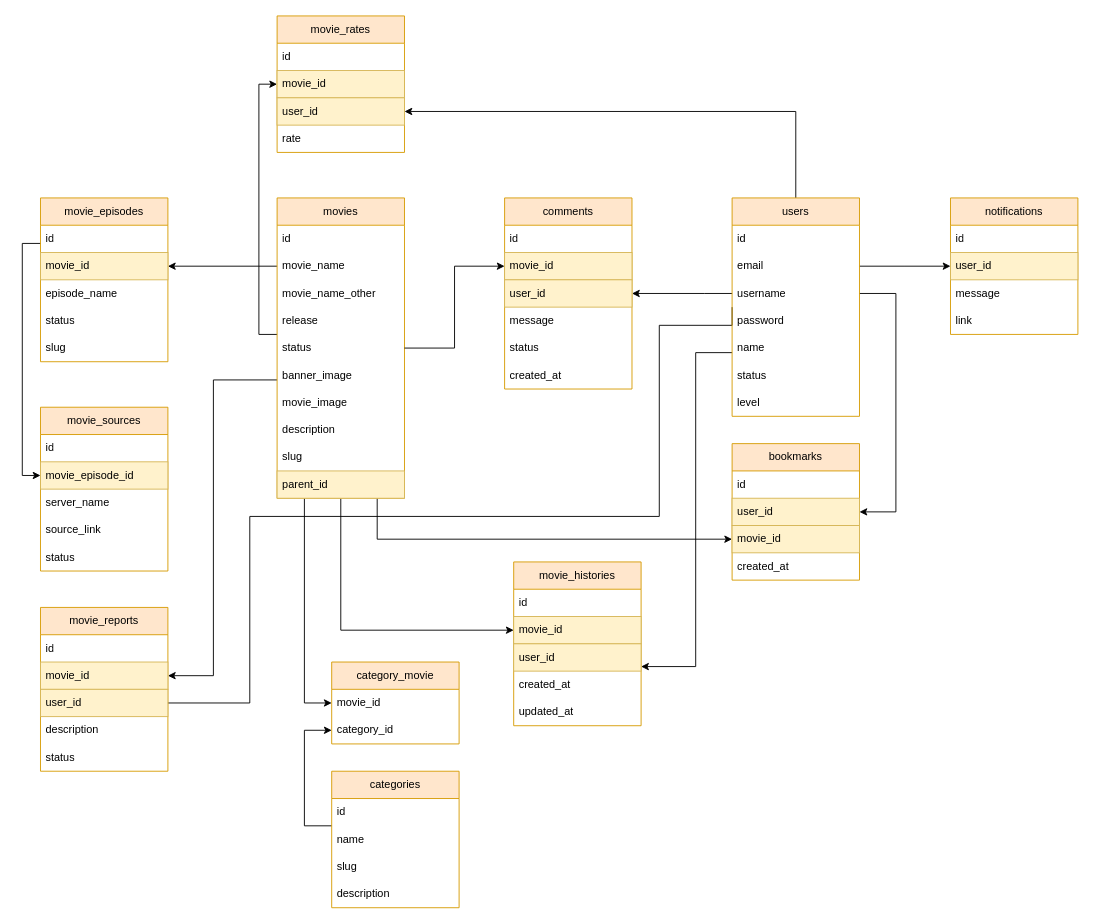
chinhps/movie-project keeps this draw.io diagram as movies_erd.drawio. Above is the earlier version. Source tidied: cells renumbered, new cells numbered last; positions are measured from the earlier drawing's top-left corner, leaving out a move shared by most shapes. Both pictures are drawn from the tidied source at 91%, with x=0, y=0 at pixel (22, 15).
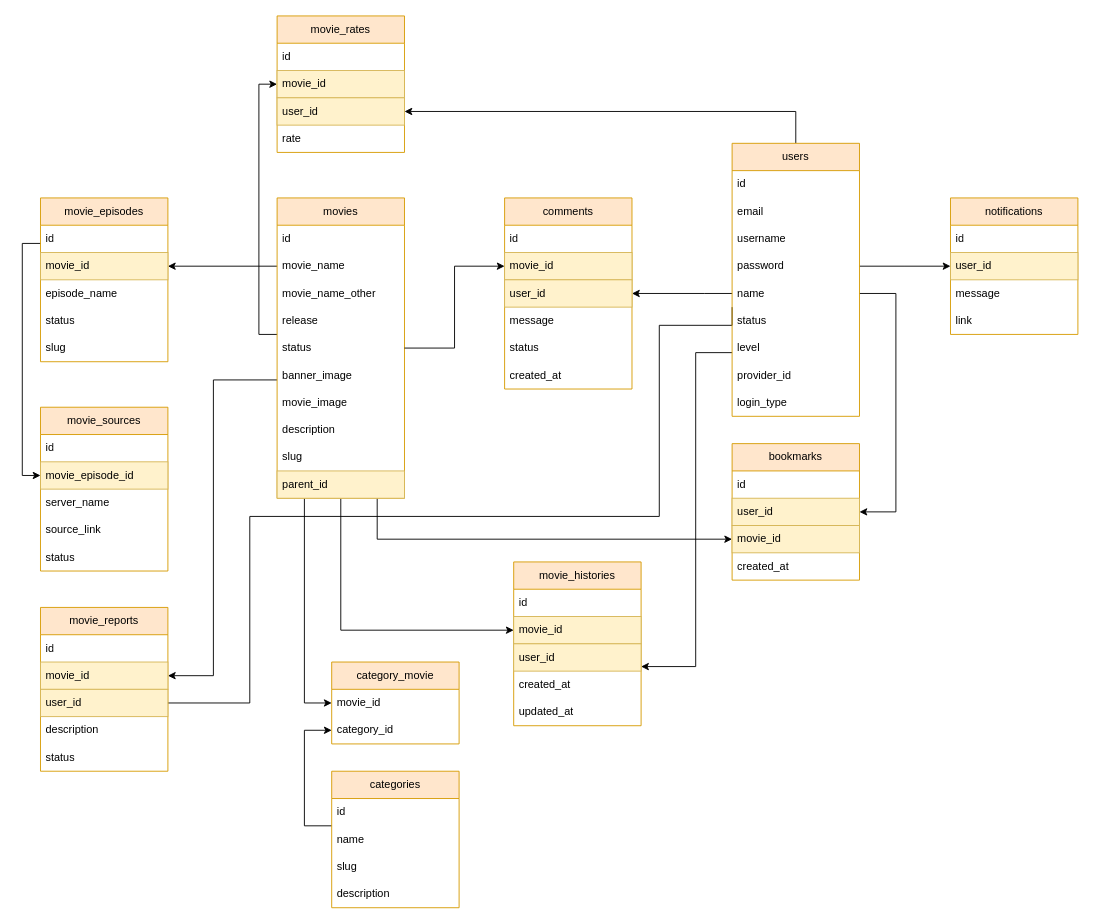
Above is the later version.

Diff of the diagram source:
```diff
@@
     <mxCell id="40" value="users" style="swimlane;fontStyle=0;horizontal=1;startSize=30;whiteSpace=wrap;html=1;fillColor=#ffe6cc;strokeColor=#d79b00;" parent="1" vertex="1">
-      <mxGeometry x="780" y="200" width="140" height="240" as="geometry" />
+      <mxGeometry x="780" y="140" width="140" height="300" as="geometry" />
     </mxCell>
@@
+    <mxCell id="90" value="level" style="text;strokeColor=none;fillColor=none;align=left;verticalAlign=middle;spacingLeft=4;spacingRight=4;overflow=hidden;whiteSpace=wrap;html=1;" parent="40" vertex="1">
+      <mxGeometry y="210" width="140" height="30" as="geometry" />
+    </mxCell>
+    <mxCell id="91" value="provider_id" style="text;strokeColor=none;fillColor=none;align=left;verticalAlign=middle;spacingLeft=4;spacingRight=4;overflow=hidden;whiteSpace=wrap;html=1;" parent="40" vertex="1">
+      <mxGeometry y="240" width="140" height="30" as="geometry" />
+    </mxCell>
-    <mxCell id="47" value="level" style="text;strokeColor=none;fillColor=none;align=left;verticalAlign=middle;spacingLeft=4;spacingRight=4;overflow=hidden;whiteSpace=wrap;html=1;" parent="40" vertex="1">
-      <mxGeometry y="210" width="140" height="30" as="geometry" />
+    <mxCell id="47" value="login_type" style="text;strokeColor=none;fillColor=none;align=left;verticalAlign=middle;spacingLeft=4;spacingRight=4;overflow=hidden;whiteSpace=wrap;html=1;" parent="40" vertex="1">
+      <mxGeometry y="270" width="140" height="30" as="geometry" />
     </mxCell>
```
